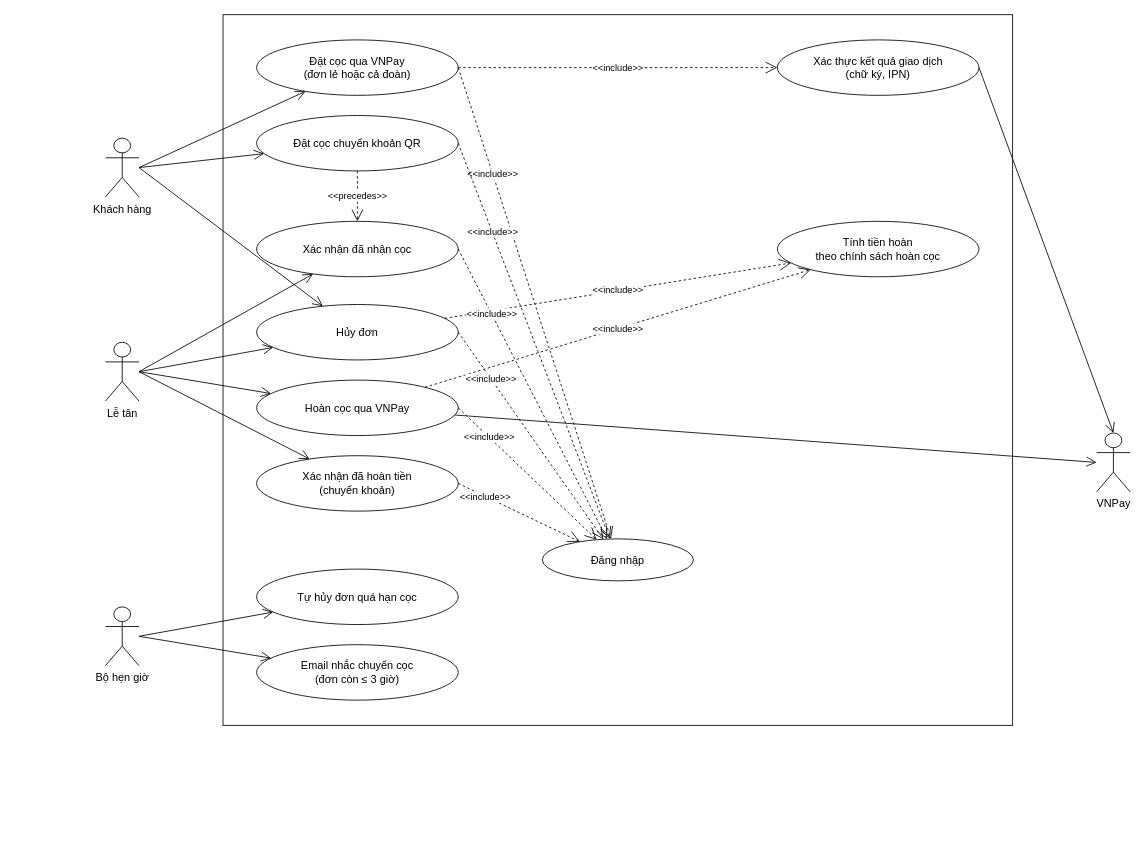
The draw.io diagram docs/use-case/phan-ra/uc2-dat-coc-hoan-coc.drawio in ngynquchn2511/beach-hotel, before the edit. Source tidied: cells renumbered, new cells numbered last; positions are measured from the earlier drawing's top-left corner, leaving out a move shared by most shapes. Both pictures are drawn from the tidied source at 84%, with x=0, y=0 at pixel (105, 14).
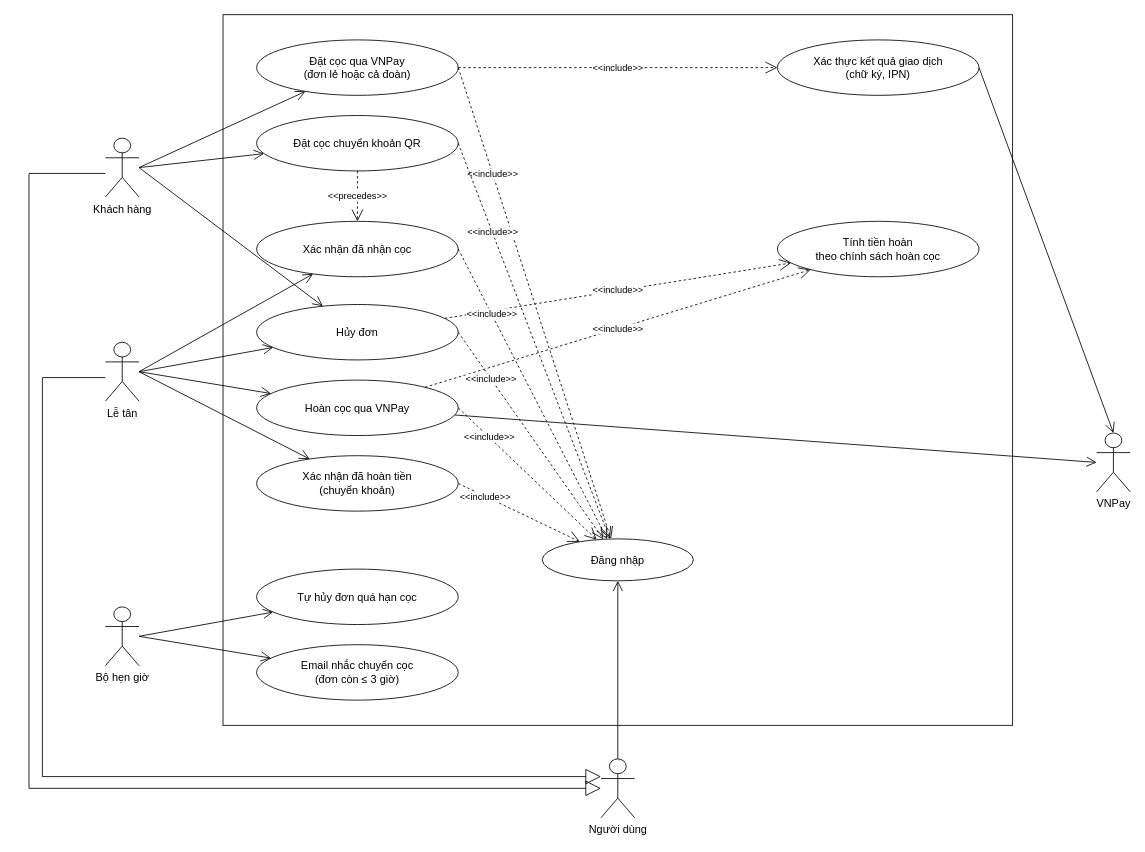
After the change.

The change refers to these unchanged cells:
```xml
<mxCell id="13" value="Đăng nhập" style="ellipse;whiteSpace=wrap;html=1;fillColor=#FFFFFF;strokeColor=#000000;fontSize=13;" parent="1" vertex="1">
  <mxGeometry x="520" y="624" width="180" height="50" as="geometry" />
</mxCell>
<mxCell id="14" value="Khách hàng" style="shape=umlActor;verticalLabelPosition=bottom;verticalAlign=top;html=1;outlineConnect=0;fillColor=#FFFFFF;strokeColor=#000000;fontSize=13;" parent="1" vertex="1">
  <mxGeometry y="147" width="40" height="70" as="geometry" />
</mxCell>
<mxCell id="15" value="Lễ tân" style="shape=umlActor;verticalLabelPosition=bottom;verticalAlign=top;html=1;outlineConnect=0;fillColor=#FFFFFF;strokeColor=#000000;fontSize=13;" parent="1" vertex="1">
  <mxGeometry y="390" width="40" height="70" as="geometry" />
</mxCell>
```

Diff of the diagram source:
```diff
@@
+    <mxCell id="39" value="Người dùng" style="shape=umlActor;verticalLabelPosition=bottom;verticalAlign=top;html=1;outlineConnect=0;fillColor=#FFFFFF;strokeColor=#000000;fontSize=13;" parent="1" vertex="1">
+      <mxGeometry x="590" y="886" width="40" height="70" as="geometry" />
+    </mxCell>
+    <mxCell id="40" style="endArrow=open;endSize=10;html=1;rounded=0;strokeColor=#000000;exitX=0.5;exitY=0;exitDx=0;exitDy=0;exitPerimeter=0;" parent="1" edge="1" source="39" target="13">
+      <mxGeometry relative="1" as="geometry" />
+    </mxCell>
+    <mxCell id="41" style="endArrow=block;endSize=16;endFill=0;html=1;rounded=0;strokeColor=#000000;exitX=0;exitY=0.6;exitDx=0;exitDy=0;exitPerimeter=0;entryX=0;entryY=0.3;entryDx=0;entryDy=0;entryPerimeter=0;" parent="1" edge="1" source="15" target="39">
+      <mxGeometry relative="1" as="geometry">
+        <Array as="points">
+          <mxPoint x="-75" y="432" />
+          <mxPoint x="-75" y="907" />
+        </Array>
+      </mxGeometry>
+    </mxCell>
+    <mxCell id="42" style="endArrow=block;endSize=16;endFill=0;html=1;rounded=0;strokeColor=#000000;exitX=0;exitY=0.6;exitDx=0;exitDy=0;exitPerimeter=0;entryX=0;entryY=0.5;entryDx=0;entryDy=0;entryPerimeter=0;" parent="1" edge="1" source="14" target="39">
+      <mxGeometry relative="1" as="geometry">
+        <Array as="points">
+          <mxPoint x="-91" y="189" />
+          <mxPoint x="-91" y="921" />
+        </Array>
+      </mxGeometry>
+    </mxCell>
```
